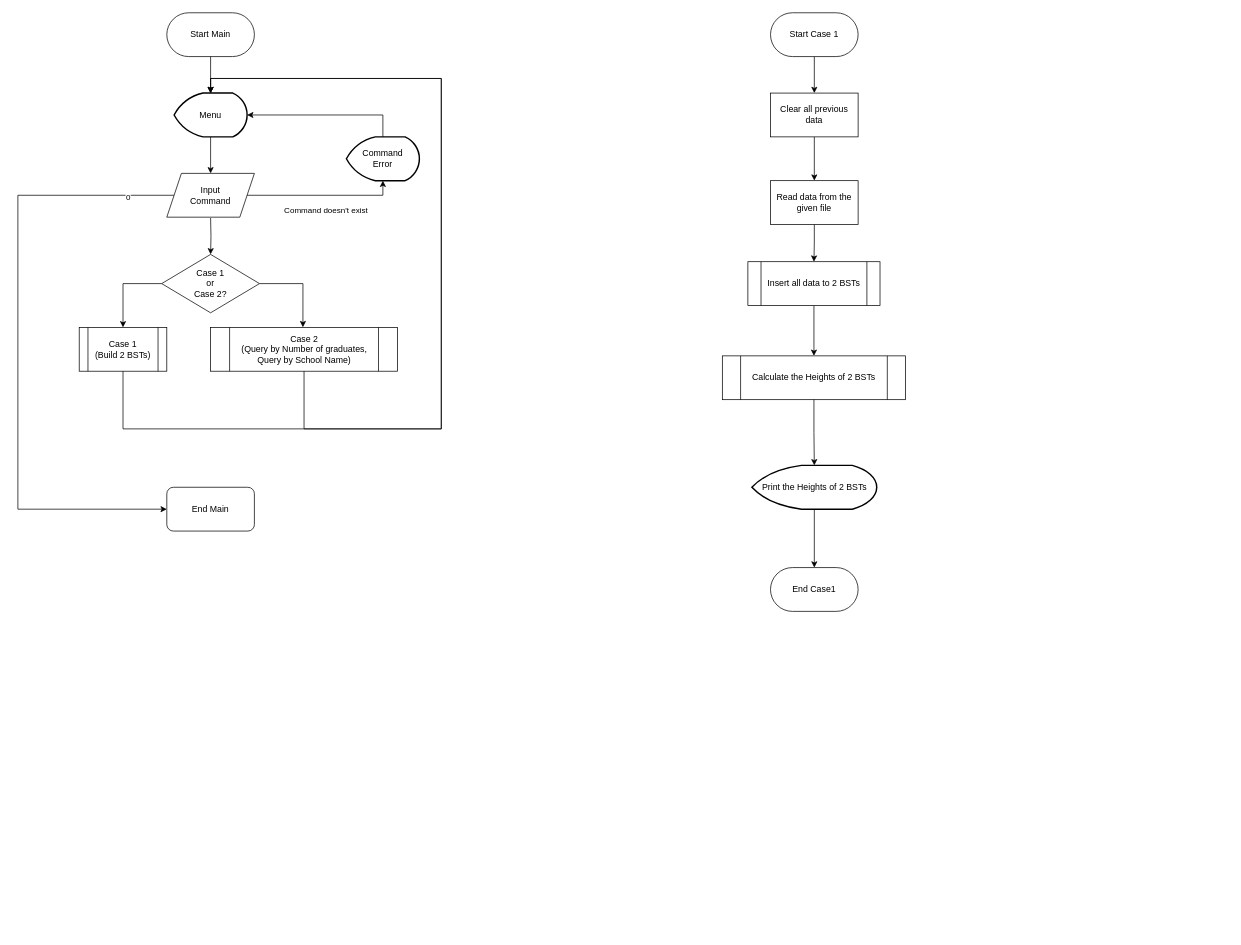
Above: DS1ex4_19_11127137_11127152/DS1ex4流程圖.drawio in ja-errorpro/CYCS_DS (draw.io), before the change. Source tidied: cells renumbered, new cells numbered last; positions are measured from the earlier drawing's top-left corner, leaving out a move shared by most shapes. Both pictures are drawn from the tidied source at 73%, with x=0, y=0 at pixel (18, 12).
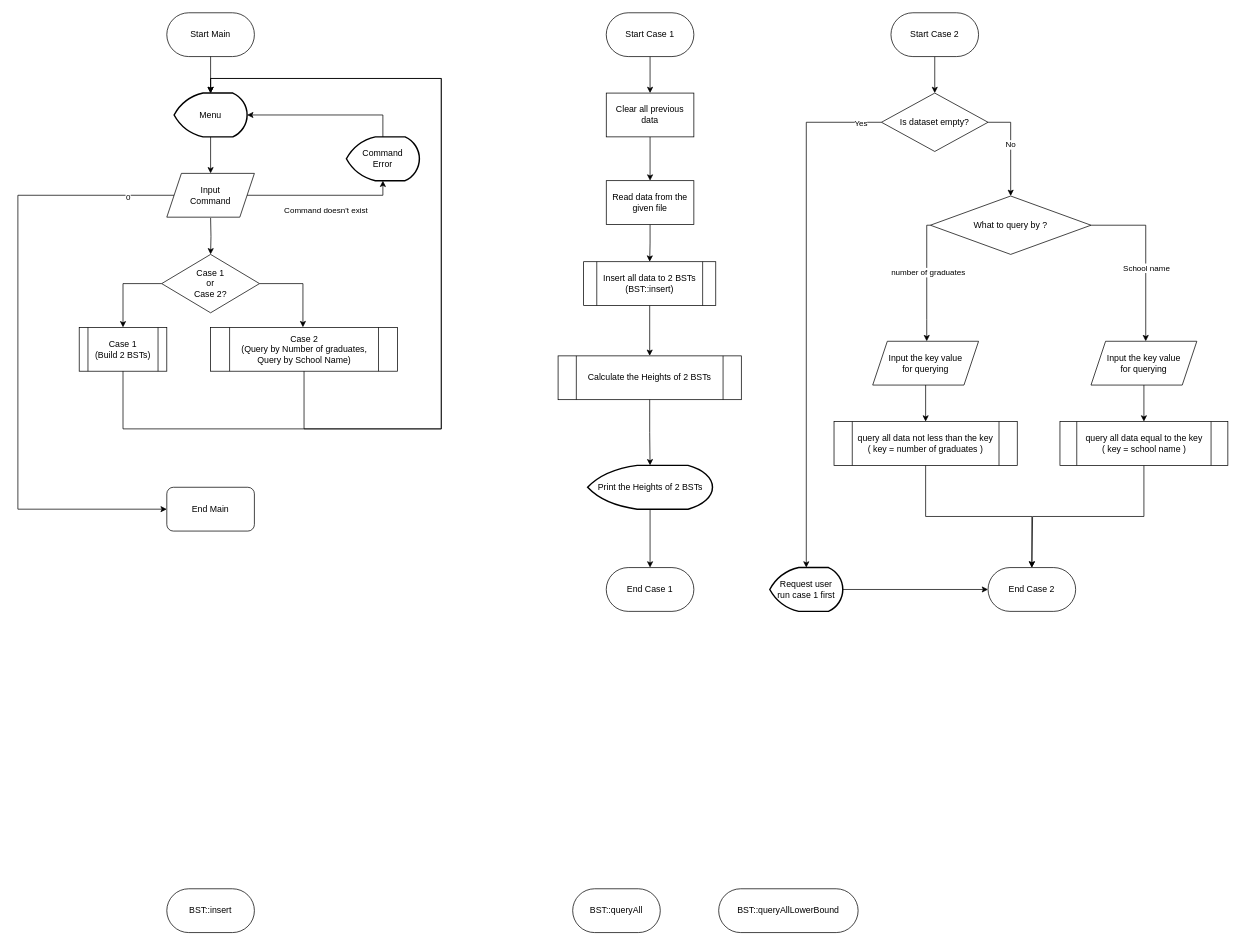
The same page after the edit.

Commit message:
Add flowchart about case 2 function

Change to the diagram source:
```diff
@@
     <mxCell id="20" value="Start Case 1" style="rounded=1;whiteSpace=wrap;html=1;arcSize=50;" parent="1" vertex="1">
-      <mxGeometry x="1031" width="120" height="60" as="geometry" />
+      <mxGeometry x="806" width="120" height="60" as="geometry" />
     </mxCell>
@@
     <mxCell id="23" value="Clear all previous data" style="rounded=0;whiteSpace=wrap;html=1;" parent="1" vertex="1">
-      <mxGeometry x="1031" y="110" width="120" height="60" as="geometry" />
+      <mxGeometry x="806" y="110" width="120" height="60" as="geometry" />
     </mxCell>
@@
     <mxCell id="25" value="Read data from the given file" style="rounded=0;whiteSpace=wrap;html=1;" parent="1" vertex="1">
-      <mxGeometry x="1031" y="230" width="120" height="60" as="geometry" />
+      <mxGeometry x="806" y="230" width="120" height="60" as="geometry" />
     </mxCell>
@@
-    <mxCell id="27" value="Insert all data to 2 BSTs" style="shape=process;whiteSpace=wrap;html=1;backgroundOutline=1;" parent="1" vertex="1">
-      <mxGeometry x="1000" y="341" width="181" height="60" as="geometry" />
+    <mxCell id="27" value="Insert all data to 2 BSTs&lt;br&gt;(BST::insert)" style="shape=process;whiteSpace=wrap;html=1;backgroundOutline=1;" parent="1" vertex="1">
+      <mxGeometry x="775" y="341" width="181" height="60" as="geometry" />
     </mxCell>
     <mxCell id="28" value="Calculate the Heights of 2 BSTs" style="shape=process;whiteSpace=wrap;html=1;backgroundOutline=1;" parent="1" vertex="1">
-      <mxGeometry x="965" y="470" width="251" height="60" as="geometry" />
+      <mxGeometry x="740" y="470" width="251" height="60" as="geometry" />
     </mxCell>
@@
     <mxCell id="30" value="Print the Heights of 2 BSTs" style="strokeWidth=2;html=1;shape=mxgraph.flowchart.display;whiteSpace=wrap;" parent="1" vertex="1">
-      <mxGeometry x="1005.5" y="620" width="171" height="60" as="geometry" />
+      <mxGeometry x="780.5" y="620" width="171" height="60" as="geometry" />
     </mxCell>
@@
-    <mxCell id="34" value="End Case1" style="rounded=1;whiteSpace=wrap;html=1;arcSize=50;" parent="1" vertex="1">
-      <mxGeometry x="1031" y="760" width="120" height="60" as="geometry" />
+    <mxCell id="34" value="End Case 1" style="rounded=1;whiteSpace=wrap;html=1;arcSize=50;" parent="1" vertex="1">
+      <mxGeometry x="806" y="760" width="120" height="60" as="geometry" />
     </mxCell>
+    <mxCell id="35" value="BST::insert" style="rounded=1;whiteSpace=wrap;html=1;arcSize=50;" parent="1" vertex="1">
+      <mxGeometry x="204" y="1200" width="120" height="60" as="geometry" />
+    </mxCell>
+    <mxCell id="36" value="BST::queryAll" style="rounded=1;whiteSpace=wrap;html=1;arcSize=50;" parent="1" vertex="1">
+      <mxGeometry x="760" y="1200" width="120" height="60" as="geometry" />
+    </mxCell>
+    <mxCell id="37" value="BST::queryAllLowerBound" style="rounded=1;whiteSpace=wrap;html=1;arcSize=50;" parent="1" vertex="1">
+      <mxGeometry x="960" y="1200" width="191" height="60" as="geometry" />
+    </mxCell>
+    <mxCell id="38" style="edgeStyle=orthogonalEdgeStyle;rounded=0;jettySize=auto;html=1;entryX=0.5;entryY=0;entryDx=0;entryDy=0;" parent="1" edge="1" source="39" target="45">
+      <mxGeometry relative="1" as="geometry" />
+    </mxCell>
+    <mxCell id="39" value="Start Case 2" style="rounded=1;whiteSpace=wrap;html=1;arcSize=50;" parent="1" vertex="1">
+      <mxGeometry x="1196" width="120" height="60" as="geometry" />
+    </mxCell>
+    <mxCell id="40" style="edgeStyle=orthogonalEdgeStyle;rounded=0;jettySize=auto;html=1;entryX=0.5;entryY=0;entryDx=0;entryDy=0;" parent="1" edge="1" source="41" target="42">
+      <mxGeometry relative="1" as="geometry" />
+    </mxCell>
+    <mxCell id="41" value="query all data not less than the key&lt;br&gt;( key = number of graduates )" style="shape=process;whiteSpace=wrap;html=1;backgroundOutline=1;" parent="1" vertex="1">
+      <mxGeometry x="1118" y="560" width="251" height="60" as="geometry" />
+    </mxCell>
+    <mxCell id="42" value="End Case 2" style="rounded=1;whiteSpace=wrap;html=1;arcSize=50;" parent="1" vertex="1">
+      <mxGeometry x="1329" y="760" width="120" height="60" as="geometry" />
+    </mxCell>
+    <mxCell id="43" style="edgeStyle=orthogonalEdgeStyle;rounded=0;jettySize=auto;html=1;entryX=0.5;entryY=0;entryDx=0;entryDy=0;" parent="1" edge="1" source="45" target="54">
+      <mxGeometry relative="1" as="geometry">
+        <Array as="points">
+          <mxPoint x="1360" y="150" />
+        </Array>
+      </mxGeometry>
+    </mxCell>
+    <mxCell id="44" value="No" style="edgeLabel;html=1;align=center;verticalAlign=middle;" parent="43" vertex="1">
+      <mxGeometry x="-0.08" y="-1" relative="1" as="geometry" />
+    </mxCell>
+    <mxCell id="45" value="Is dataset empty?" style="rhombus;whiteSpace=wrap;html=1;" parent="1" vertex="1">
+      <mxGeometry x="1183" y="110" width="146" height="80" as="geometry" />
+    </mxCell>
+    <mxCell id="46" style="edgeStyle=orthogonalEdgeStyle;rounded=0;jettySize=auto;html=1;entryX=0;entryY=0.5;entryDx=0;entryDy=0;" parent="1" edge="1" source="47" target="42">
+      <mxGeometry relative="1" as="geometry" />
+    </mxCell>
+    <mxCell id="47" value="Request user&lt;br&gt;run case 1 first" style="strokeWidth=2;html=1;shape=mxgraph.flowchart.display;whiteSpace=wrap;" parent="1" vertex="1">
+      <mxGeometry x="1030" y="760" width="100" height="60" as="geometry" />
+    </mxCell>
+    <mxCell id="48" style="edgeStyle=orthogonalEdgeStyle;rounded=0;jettySize=auto;html=1;entryX=0.5;entryY=0;entryDx=0;entryDy=0;entryPerimeter=0;" parent="1" edge="1" source="45" target="47">
+      <mxGeometry relative="1" as="geometry" />
+    </mxCell>
+    <mxCell id="49" value="Yes" style="edgeLabel;html=1;align=center;verticalAlign=middle;" parent="48" vertex="1">
+      <mxGeometry x="-0.92" y="1" relative="1" as="geometry" />
+    </mxCell>
+    <mxCell id="50" style="edgeStyle=orthogonalEdgeStyle;rounded=0;jettySize=auto;html=1;" parent="1" edge="1" source="54">
+      <mxGeometry relative="1" as="geometry">
+        <mxPoint x="1245" y="450" as="targetPoint" />
+        <Array as="points">
+          <mxPoint x="1245" y="291" />
+          <mxPoint x="1245" y="420" />
+        </Array>
+      </mxGeometry>
+    </mxCell>
+    <mxCell id="51" value="number of graduates" style="edgeLabel;html=1;align=center;verticalAlign=middle;" parent="50" vertex="1">
+      <mxGeometry x="-0.16" y="1" relative="1" as="geometry" />
+    </mxCell>
+    <mxCell id="52" style="edgeStyle=orthogonalEdgeStyle;rounded=0;jettySize=auto;html=1;" parent="1" edge="1" source="54">
+      <mxGeometry relative="1" as="geometry">
+        <mxPoint x="1545" y="450" as="targetPoint" />
+        <Array as="points">
+          <mxPoint x="1545" y="291" />
+        </Array>
+      </mxGeometry>
+    </mxCell>
+    <mxCell id="53" value="School name" style="edgeLabel;html=1;align=center;verticalAlign=middle;" parent="52" vertex="1">
+      <mxGeometry x="0.14" relative="1" as="geometry" />
+    </mxCell>
+    <mxCell id="54" value="What to query by ?" style="rhombus;whiteSpace=wrap;html=1;" parent="1" vertex="1">
+      <mxGeometry x="1250" y="251" width="220" height="80" as="geometry" />
+    </mxCell>
+    <mxCell id="55" style="edgeStyle=orthogonalEdgeStyle;rounded=0;jettySize=auto;html=1;entryX=0.5;entryY=0;entryDx=0;entryDy=0;" parent="1" edge="1" source="56" target="42">
+      <mxGeometry relative="1" as="geometry">
+        <Array as="points">
+          <mxPoint x="1543" y="690" />
+          <mxPoint x="1390" y="690" />
+          <mxPoint x="1390" y="760" />
+        </Array>
+      </mxGeometry>
+    </mxCell>
+    <mxCell id="56" value="query all data equal to the key&lt;br&gt;( key = school name )" style="shape=process;whiteSpace=wrap;html=1;backgroundOutline=1;" parent="1" vertex="1">
+      <mxGeometry x="1427.5" y="560" width="230" height="60" as="geometry" />
+    </mxCell>
+    <mxCell id="57" style="edgeStyle=orthogonalEdgeStyle;rounded=0;jettySize=auto;html=1;entryX=0.5;entryY=0;entryDx=0;entryDy=0;" parent="1" edge="1" source="58" target="41">
+      <mxGeometry relative="1" as="geometry" />
+    </mxCell>
+    <mxCell id="58" value="Input the key value&lt;br&gt;for querying" style="shape=parallelogram;perimeter=parallelogramPerimeter;whiteSpace=wrap;html=1;fixedSize=1;" parent="1" vertex="1">
+      <mxGeometry x="1171" y="450" width="145" height="60" as="geometry" />
+    </mxCell>
+    <mxCell id="59" style="edgeStyle=orthogonalEdgeStyle;rounded=0;jettySize=auto;html=1;entryX=0.5;entryY=0;entryDx=0;entryDy=0;" parent="1" edge="1" source="60" target="56">
+      <mxGeometry relative="1" as="geometry" />
+    </mxCell>
+    <mxCell id="60" value="Input the key value&lt;br&gt;for querying" style="shape=parallelogram;perimeter=parallelogramPerimeter;whiteSpace=wrap;html=1;fixedSize=1;" parent="1" vertex="1">
+      <mxGeometry x="1470" y="450" width="145" height="60" as="geometry" />
+    </mxCell>
```
